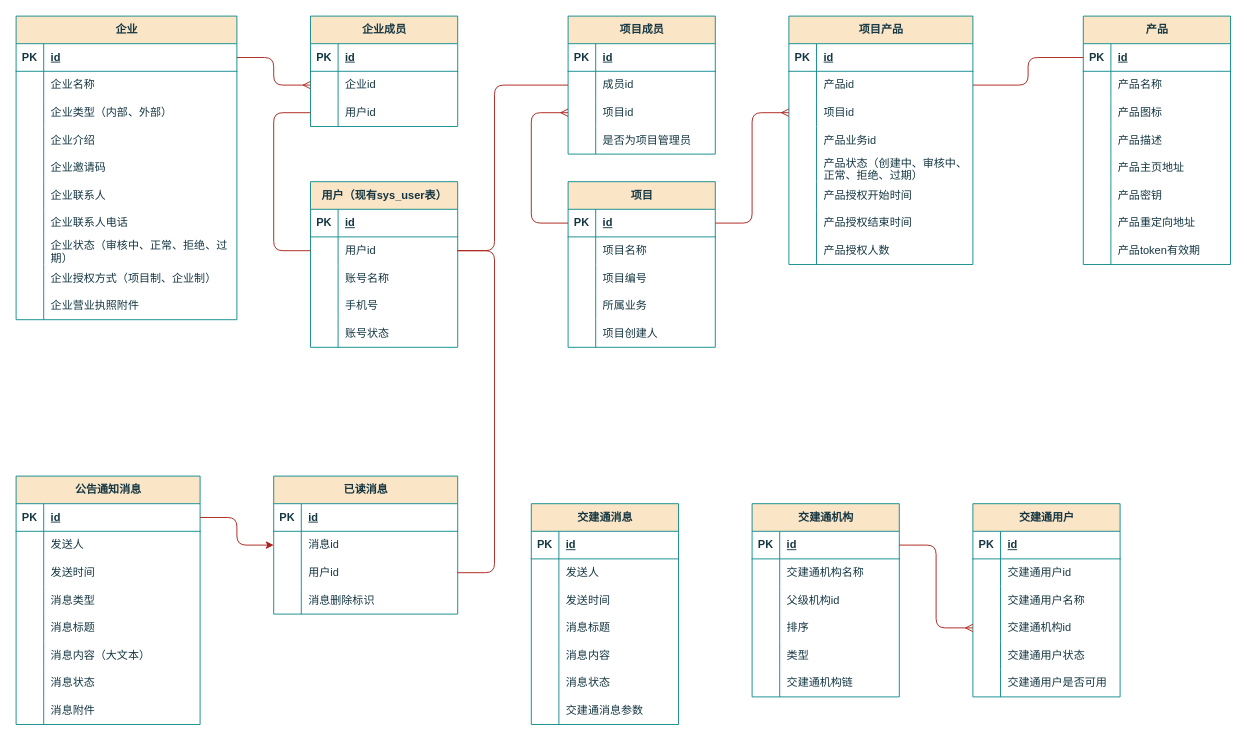
Above: page "E-R图" (1 of 5) of others/产品中心.drawio in Qunz/drawio (draw.io), before the change. Source tidied: cells renumbered, new cells numbered last; positions are measured from the earlier drawing's top-left corner, leaving out a move shared by most shapes. Both pictures are drawn from the tidied source at 92%, with x=0, y=0 at pixel (16, 16).
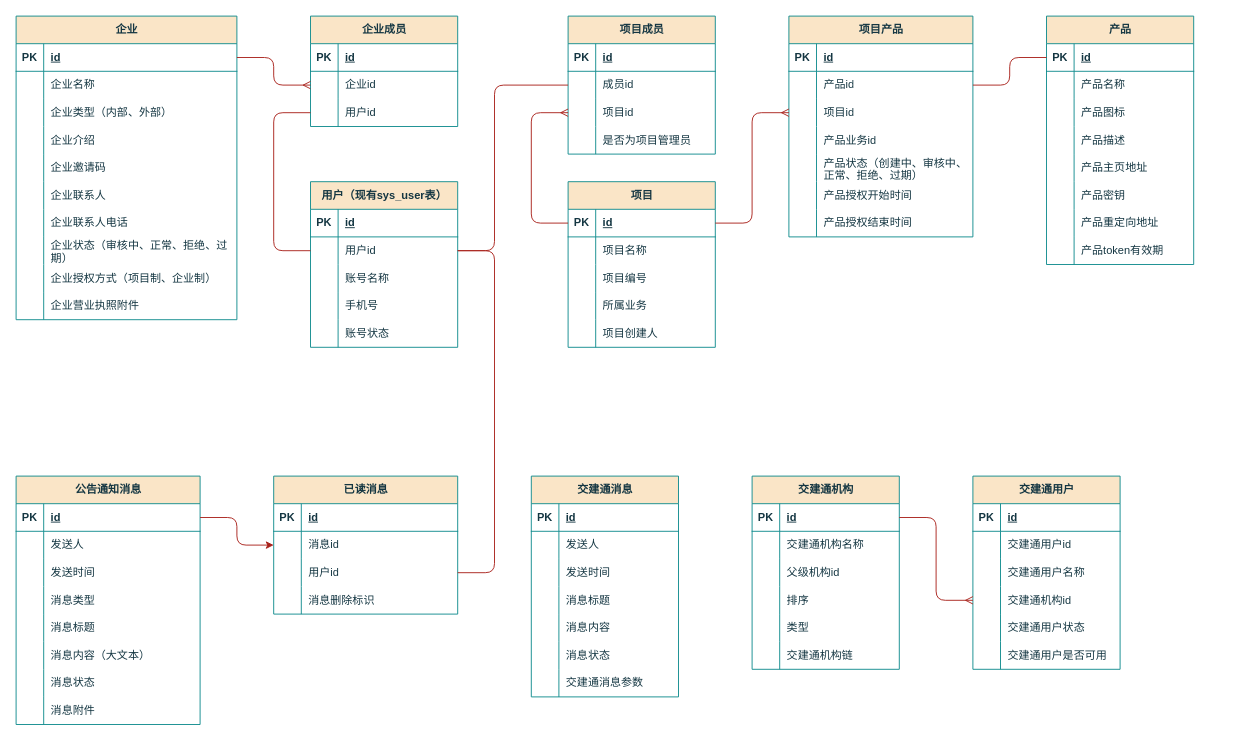
The same page after the edit.

Commit message:
更新产品中心.drawio

Change to the diagram source:
```diff
@@
     <mxCell id="62" value="项目产品" style="shape=table;startSize=30;childLayout=tableLayout;rowLines=0;fontStyle=1;align=center;html=1;labelBackgroundColor=none;fillColor=#FAE5C7;strokeColor=#0F8B8D;fontColor=#143642;" parent="1" vertex="1">
-      <mxGeometry x="840" width="200" height="270" as="geometry" />
+      <mxGeometry x="840" width="200" height="240" as="geometry" />
     </mxCell>
@@
-    <mxCell id="84" style="shape=tableRow;horizontal=0;startSize=0;swimlaneHead=0;swimlaneBody=0;fillColor=none;top=0;left=0;right=0;bottom=0;labelBackgroundColor=none;strokeColor=#0F8B8D;fontColor=#143642;" parent="62" vertex="1">
-      <mxGeometry y="240" width="200" height="30" as="geometry" />
-    </mxCell>
-    <mxCell id="85" style="shape=partialRectangle;fillColor=none;top=0;left=0;bottom=0;right=0;overflow=hidden;whiteSpace=wrap;html=1;labelBackgroundColor=none;strokeColor=#0F8B8D;fontColor=#143642;" parent="84" vertex="1">
-      <mxGeometry width="30" height="30" as="geometry" />
-    </mxCell>
-    <mxCell id="86" value="产品授权人数" style="shape=partialRectangle;fillColor=none;top=0;left=0;bottom=0;right=0;align=left;spacingLeft=6;overflow=hidden;whiteSpace=wrap;html=1;labelBackgroundColor=none;strokeColor=#0F8B8D;fontColor=#143642;" parent="84" vertex="1">
-      <mxGeometry x="30" width="170" height="30" as="geometry" />
-    </mxCell>
@@
     <mxCell id="125" value="产品" style="shape=table;startSize=30;childLayout=tableLayout;rowLines=0;fontStyle=1;align=center;html=1;labelBackgroundColor=none;fillColor=#FAE5C7;strokeColor=#0F8B8D;fontColor=#143642;" parent="1" vertex="1">
-      <mxGeometry x="1160" width="160" height="270" as="geometry" />
+      <mxGeometry x="1120" width="160" height="270" as="geometry" />
     </mxCell>
@@
     <mxCell id="151" value="交建通消息" style="shape=table;startSize=30;childLayout=tableLayout;rowLines=0;fontStyle=1;align=center;html=1;labelBackgroundColor=none;fillColor=#FAE5C7;strokeColor=#0F8B8D;fontColor=#143642;" parent="1" vertex="1">
-      <mxGeometry x="560" y="530" width="160" height="240" as="geometry" />
+      <mxGeometry x="560" y="500" width="160" height="240" as="geometry" />
     </mxCell>
@@
     <mxCell id="206" value="交建通机构" style="shape=table;startSize=30;childLayout=tableLayout;rowLines=0;fontStyle=1;align=center;html=1;labelBackgroundColor=none;fillColor=#FAE5C7;strokeColor=#0F8B8D;fontColor=#143642;" parent="1" vertex="1">
-      <mxGeometry x="800" y="530" width="160" height="210" as="geometry" />
+      <mxGeometry x="800" y="500" width="160" height="210" as="geometry" />
     </mxCell>
@@
     <mxCell id="225" value="交建通用户" style="shape=table;startSize=30;childLayout=tableLayout;rowLines=0;fontStyle=1;align=center;html=1;labelBackgroundColor=none;fillColor=#FAE5C7;strokeColor=#0F8B8D;fontColor=#143642;" parent="1" vertex="1">
-      <mxGeometry x="1040" y="530" width="160" height="210" as="geometry" />
+      <mxGeometry x="1040" y="500" width="160" height="210" as="geometry" />
     </mxCell>
```
